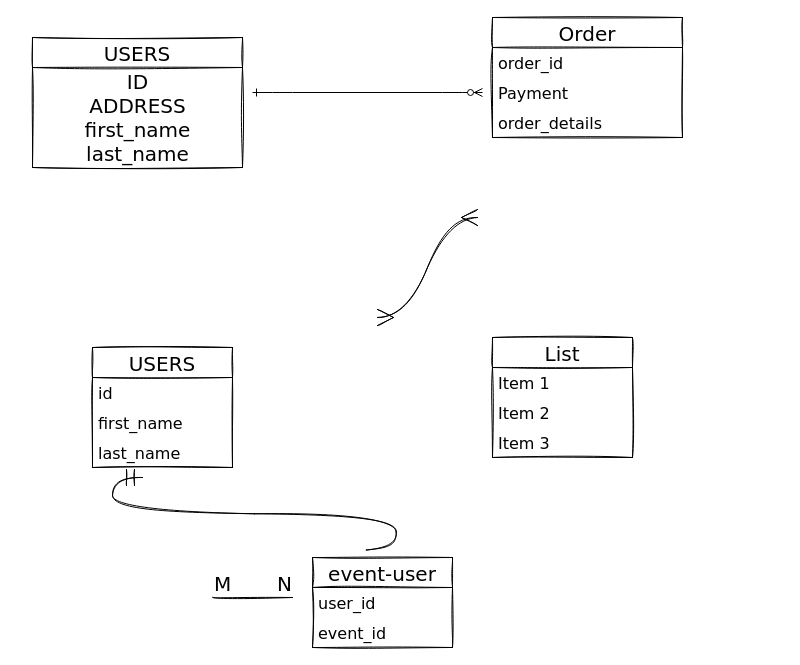
This is Untitled Diagram.drawio from Wils-Kris5/database-exercises, a draw.io file, before an edit. Source tidied: cells renumbered, new cells numbered last; positions are measured from the earlier drawing's top-left corner, leaving out a move shared by most shapes. Both pictures are drawn from the tidied source at 100%, with x=0, y=0 at pixel (32, 17).
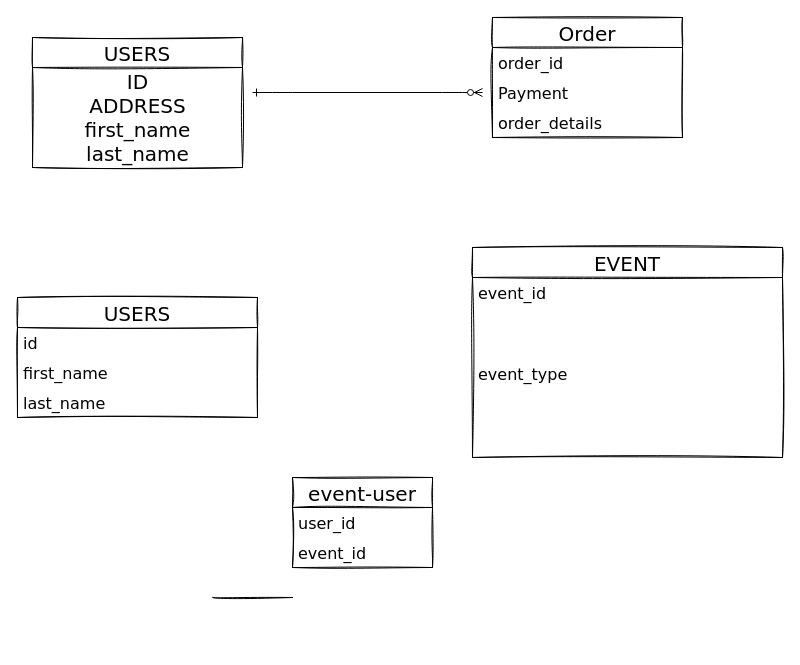
Above is the later version.

The change refers to these unchanged cells:
```xml
<mxCell id="22" style="endArrow=none;html=1;rounded=0;sketch=1;hachureGap=4;fontFamily=Verdana;fontSize=16;startSize=14;endSize=14;sourcePerimeterSpacing=8;targetPerimeterSpacing=8;edgeStyle=none;curved=1;" parent="1" edge="1">
  <mxGeometry relative="1" as="geometry">
    <mxPoint x="180" y="580" as="sourcePoint" />
    <mxPoint x="260" y="580" as="targetPoint" />
  </mxGeometry>
</mxCell>
```

What changed in the source:
```diff
@@
     <mxCell id="9" value="event-user" style="swimlane;fontStyle=0;horizontal=1;startSize=30;sketch=1;hachureGap=4;fontFamily=Verdana;fontSize=20;" parent="1" vertex="1">
-      <mxGeometry x="280" y="540" width="140" height="90" as="geometry" />
+      <mxGeometry x="260" y="460" width="140" height="90" as="geometry" />
     </mxCell>
@@
     <mxCell id="12" value="USERS" style="swimlane;fontStyle=0;horizontal=1;startSize=30;sketch=1;hachureGap=4;fontFamily=Verdana;fontSize=20;" parent="1" vertex="1">
-      <mxGeometry x="60" y="330" width="140" height="120" as="geometry" />
+      <mxGeometry x="-15" y="280" width="240" height="120" as="geometry" />
     </mxCell>
     <mxCell id="13" value="id" style="text;strokeColor=none;fillColor=none;align=left;verticalAlign=middle;spacingLeft=4;spacingRight=4;overflow=hidden;fontSize=16;sketch=1;hachureGap=4;fontFamily=Verdana;" parent="12" vertex="1">
-      <mxGeometry y="30" width="140" height="30" as="geometry" />
+      <mxGeometry y="30" width="240" height="30" as="geometry" />
     </mxCell>
     <mxCell id="14" value="first_name" style="text;strokeColor=none;fillColor=none;align=left;verticalAlign=middle;spacingLeft=4;spacingRight=4;overflow=hidden;fontSize=16;sketch=1;hachureGap=4;fontFamily=Verdana;" parent="12" vertex="1">
-      <mxGeometry y="60" width="140" height="30" as="geometry" />
+      <mxGeometry y="60" width="240" height="30" as="geometry" />
     </mxCell>
     <mxCell id="15" value="last_name" style="text;strokeColor=none;fillColor=none;align=left;verticalAlign=middle;spacingLeft=4;spacingRight=4;overflow=hidden;fontSize=16;sketch=1;hachureGap=4;fontFamily=Verdana;" parent="12" vertex="1">
-      <mxGeometry y="90" width="140" height="30" as="geometry" />
+      <mxGeometry y="90" width="240" height="30" as="geometry" />
     </mxCell>
-    <mxCell id="16" value="List" style="swimlane;fontStyle=0;horizontal=1;startSize=30;sketch=1;hachureGap=4;fontFamily=Verdana;fontSize=20;" parent="1" vertex="1">
-      <mxGeometry x="460" y="320" width="140" height="120" as="geometry" />
+    <mxCell id="16" value="EVENT" style="swimlane;fontStyle=0;horizontal=1;startSize=30;sketch=1;hachureGap=4;fontFamily=Verdana;fontSize=20;" parent="1" vertex="1">
+      <mxGeometry x="440" y="230" width="310" height="210" as="geometry" />
     </mxCell>
-    <mxCell id="17" value="Item 1" style="text;strokeColor=none;fillColor=none;align=left;verticalAlign=middle;spacingLeft=4;spacingRight=4;overflow=hidden;fontSize=16;sketch=1;hachureGap=4;fontFamily=Verdana;" parent="16" vertex="1">
-      <mxGeometry y="30" width="140" height="30" as="geometry" />
+    <mxCell id="17" value="event_id" style="text;strokeColor=none;fillColor=none;align=left;verticalAlign=middle;spacingLeft=4;spacingRight=4;overflow=hidden;fontSize=16;sketch=1;hachureGap=4;fontFamily=Verdana;" parent="16" vertex="1">
+      <mxGeometry y="30" width="310" height="30" as="geometry" />
     </mxCell>
-    <mxCell id="18" value="Item 2" style="text;strokeColor=none;fillColor=none;align=left;verticalAlign=middle;spacingLeft=4;spacingRight=4;overflow=hidden;fontSize=16;sketch=1;hachureGap=4;fontFamily=Verdana;" parent="16" vertex="1">
-      <mxGeometry y="60" width="140" height="30" as="geometry" />
-    </mxCell>
-    <mxCell id="19" value="Item 3" style="text;strokeColor=none;fillColor=none;align=left;verticalAlign=middle;spacingLeft=4;spacingRight=4;overflow=hidden;fontSize=16;sketch=1;hachureGap=4;fontFamily=Verdana;" parent="16" vertex="1">
-      <mxGeometry y="90" width="140" height="30" as="geometry" />
+    <mxCell id="19" value="event_type&#10;" style="text;strokeColor=none;fillColor=none;align=left;verticalAlign=middle;spacingLeft=4;spacingRight=4;overflow=hidden;fontSize=16;sketch=1;hachureGap=4;fontFamily=Verdana;" parent="16" vertex="1">
+      <mxGeometry y="60" width="310" height="150" as="geometry" />
     </mxCell>
@@
-    <mxCell id="21" style="edgeStyle=entityRelationEdgeStyle;fontSize=12;html=1;endArrow=ERmany;startArrow=ERmany;rounded=0;sketch=1;hachureGap=4;fontFamily=Verdana;startSize=14;endSize=14;sourcePerimeterSpacing=8;targetPerimeterSpacing=8;curved=1;" parent="1" edge="1">
-      <mxGeometry relative="1" as="geometry">
-        <mxPoint x="345" y="300" as="sourcePoint" />
-        <mxPoint x="445" y="200" as="targetPoint" />
-      </mxGeometry>
-    </mxCell>
@@
-    <mxCell id="23" value="M" style="html=1;align=left;verticalAlign=bottom;sketch=1;hachureGap=4;fontFamily=Verdana;fontSize=20;" parent="22" vertex="1">
-      <mxGeometry x="-1" relative="1" as="geometry" />
-    </mxCell>
-    <mxCell id="24" value="N" style="html=1;align=right;verticalAlign=bottom;sketch=1;hachureGap=4;fontFamily=Verdana;fontSize=20;" parent="22" vertex="1">
-      <mxGeometry x="1" relative="1" as="geometry" />
-    </mxCell>
-    <mxCell id="25" style="edgeStyle=entityRelationEdgeStyle;fontSize=12;html=1;endArrow=ERmandOne;rounded=0;sketch=1;hachureGap=4;fontFamily=Verdana;startSize=14;endSize=14;sourcePerimeterSpacing=8;targetPerimeterSpacing=8;curved=1;exitX=0.384;exitY=-0.083;exitDx=0;exitDy=0;exitPerimeter=0;" parent="1" edge="1" source="9">
-      <mxGeometry relative="1" as="geometry">
-        <mxPoint x="110" y="460" as="targetPoint" />
-      </mxGeometry>
-    </mxCell>
```
